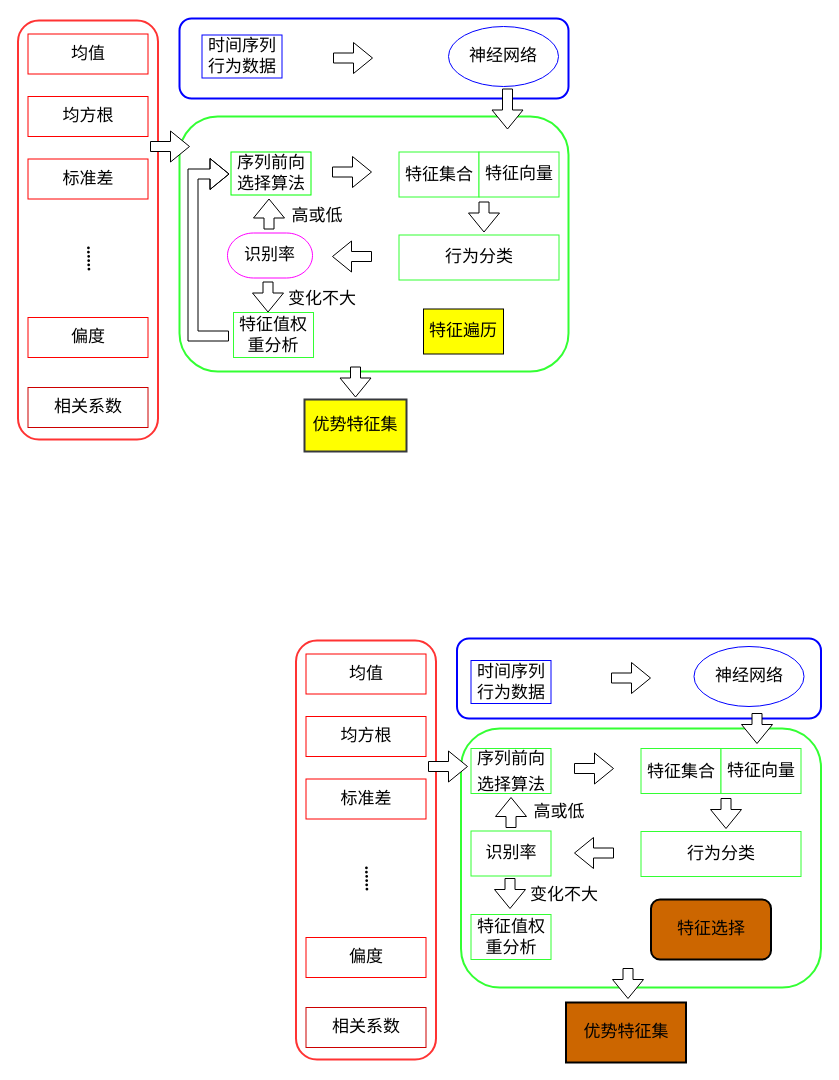
The draw.io diagram 特征选择示意图.drawio in ByronGe/ff, before the edit. Source tidied: cells renumbered, new cells numbered last; positions are measured from the earlier drawing's top-left corner, leaving out a move shared by most shapes. Both pictures are drawn from the tidied source at 100%, with x=0, y=0 at pixel (17, 18).
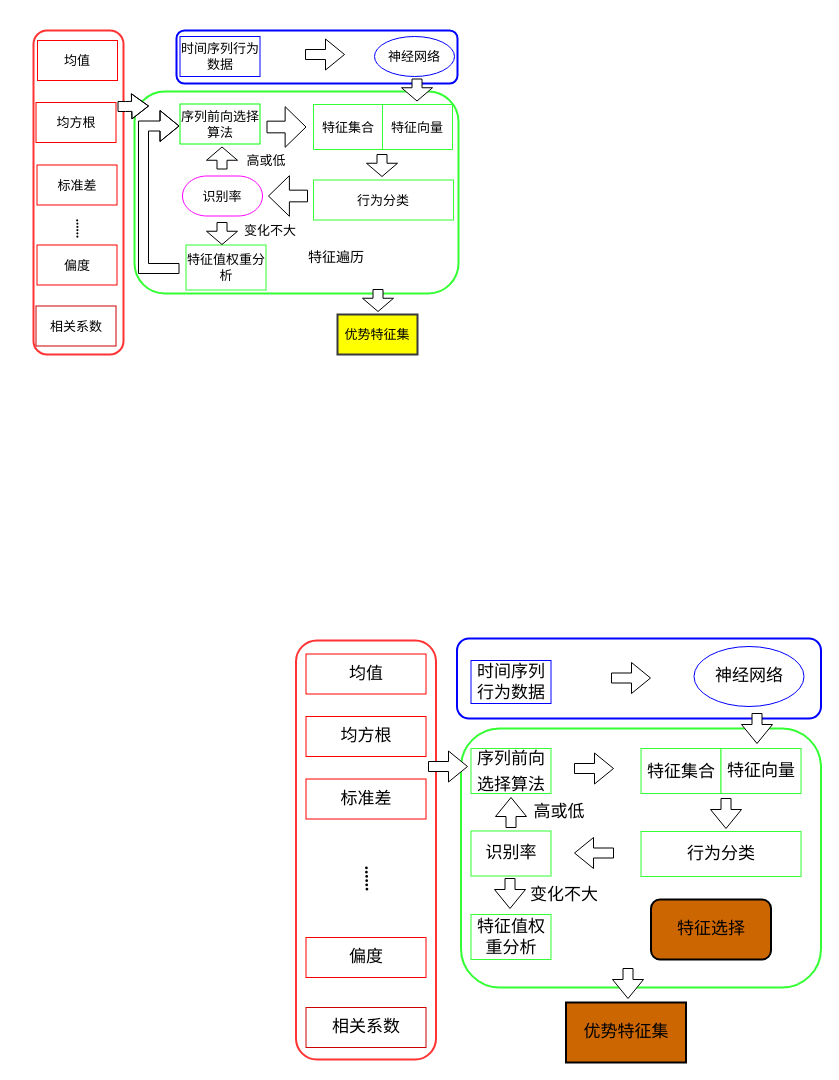
The same page after the edit.

Commit message:
Update 特征选择示意图.drawio

What changed in the source:
```diff
@@
-    <mxCell id="2" style="rounded=1;whiteSpace=wrap;html=1;shadow=0;glass=0;comic=0;labelBackgroundColor=none;strokeColor=#33FF33;strokeWidth=2;fillColor=none;fontFamily=Times New Roman;fontSize=17;" parent="1" vertex="1">
-      <mxGeometry x="162" y="98" width="389" height="255" as="geometry" />
+    <mxCell id="2" style="rounded=1;whiteSpace=wrap;html=1;shadow=0;glass=0;comic=0;labelBackgroundColor=none;strokeColor=#33FF33;strokeWidth=2;fillColor=none;fontFamily=Times New Roman;fontSize=13;" parent="1" vertex="1">
+      <mxGeometry x="117" y="73" width="324" height="202" as="geometry" />
     </mxCell>
-    <mxCell id="3" style="rounded=1;whiteSpace=wrap;html=1;shadow=0;glass=0;comic=0;labelBackgroundColor=none;strokeColor=#0000FF;strokeWidth=2;fillColor=none;fontFamily=Times New Roman;fontSize=17;" parent="1" vertex="1">
-      <mxGeometry x="162" width="389" height="80" as="geometry" />
+    <mxCell id="3" style="rounded=1;whiteSpace=wrap;html=1;shadow=0;glass=0;comic=0;labelBackgroundColor=none;strokeColor=#0000FF;strokeWidth=2;fillColor=none;fontFamily=Times New Roman;fontSize=13;" parent="1" vertex="1">
+      <mxGeometry x="159" y="12" width="281" height="53" as="geometry" />
     </mxCell>
-    <mxCell id="4" style="rounded=1;whiteSpace=wrap;html=1;shadow=0;glass=0;comic=0;labelBackgroundColor=none;fillColor=none;fontFamily=Times New Roman;fontSize=17;strokeColor=#FF3333;fontColor=#ffffff;strokeWidth=2;" parent="1" vertex="1">
-      <mxGeometry x="0.5" y="2" width="140" height="419" as="geometry" />
+    <mxCell id="4" style="rounded=1;whiteSpace=wrap;html=1;shadow=0;glass=0;comic=0;labelBackgroundColor=none;fillColor=none;fontFamily=Times New Roman;fontSize=13;strokeColor=#FF3333;fontColor=#ffffff;strokeWidth=2;" parent="1" vertex="1">
+      <mxGeometry x="16" y="12" width="90" height="324" as="geometry" />
     </mxCell>
-    <mxCell id="5" style="shape=flexArrow;endArrow=classic;html=1;fontSize=17;fontFamily=Times New Roman;fillColor=#ffffff;" parent="1" edge="1">
-      <mxGeometry relative="1" as="geometry">
-        <mxPoint x="466.5" y="183" as="sourcePoint" />
-        <mxPoint x="466.5" y="214" as="targetPoint" />
-      </mxGeometry>
-    </mxCell>
-    <mxCell id="6" value="均值" style="rounded=0;whiteSpace=wrap;html=1;fontSize=17;fontFamily=Times New Roman;strokeColor=#FF0000;strokeWidth=1;" parent="1" vertex="1">
-      <mxGeometry x="10.5" y="15.5" width="120" height="40" as="geometry" />
+    <mxCell id="6" value="均值" style="rounded=0;whiteSpace=wrap;html=1;fontSize=13;fontFamily=Times New Roman;strokeColor=#FF0000;strokeWidth=1;" parent="1" vertex="1">
+      <mxGeometry x="20" y="22" width="80" height="40" as="geometry" />
     </mxCell>
-    <mxCell id="7" value="均方根" style="rounded=0;whiteSpace=wrap;html=1;fontSize=17;fontFamily=Times New Roman;strokeColor=#FF0000;" parent="1" vertex="1">
-      <mxGeometry x="10.5" y="78" width="120" height="40" as="geometry" />
+    <mxCell id="7" value="均方根" style="rounded=0;whiteSpace=wrap;html=1;fontSize=13;fontFamily=Times New Roman;strokeColor=#FF0000;" parent="1" vertex="1">
+      <mxGeometry x="18.5" y="84" width="80" height="40" as="geometry" />
     </mxCell>
-    <mxCell id="8" value="标准差" style="rounded=0;whiteSpace=wrap;html=1;fontSize=17;fontFamily=Times New Roman;strokeColor=#FF0000;" parent="1" vertex="1">
-      <mxGeometry x="10.5" y="140.5" width="120" height="40" as="geometry" />
+    <mxCell id="8" value="标准差" style="rounded=0;whiteSpace=wrap;html=1;fontSize=13;fontFamily=Times New Roman;strokeColor=#FF0000;" parent="1" vertex="1">
+      <mxGeometry x="19.5" y="146.5" width="80" height="40" as="geometry" />
     </mxCell>
-    <mxCell id="9" value="相关系数" style="rounded=0;whiteSpace=wrap;html=1;fontSize=17;fontFamily=Times New Roman;strokeColor=#CC0000;" parent="1" vertex="1">
-      <mxGeometry x="10.5" y="369" width="120" height="40" as="geometry" />
+    <mxCell id="9" value="相关系数" style="rounded=0;whiteSpace=wrap;html=1;fontSize=13;fontFamily=Times New Roman;strokeColor=#CC0000;" parent="1" vertex="1">
+      <mxGeometry x="18.5" y="287.5" width="80" height="40" as="geometry" />
     </mxCell>
-    <mxCell id="10" value="偏度" style="rounded=0;whiteSpace=wrap;html=1;fontSize=17;fontFamily=Times New Roman;strokeColor=#FF0000;" parent="1" vertex="1">
-      <mxGeometry x="10.5" y="299" width="120" height="40" as="geometry" />
+    <mxCell id="10" value="偏度" style="rounded=0;whiteSpace=wrap;html=1;fontSize=13;fontFamily=Times New Roman;strokeColor=#FF0000;" parent="1" vertex="1">
+      <mxGeometry x="19.5" y="226.5" width="80" height="40" as="geometry" />
     </mxCell>
-    <mxCell id="11" style="shape=flexArrow;endArrow=classic;html=1;fontSize=17;fontFamily=Times New Roman;fillColor=#ffffff;" parent="1" edge="1">
+    <mxCell id="11" style="shape=flexArrow;endArrow=classic;html=1;fontSize=13;fontFamily=Times New Roman;fillColor=#ffffff;width=10;endSize=5.275;endWidth=14.166666666666668;" parent="1" edge="1">
       <mxGeometry relative="1" as="geometry">
-        <mxPoint x="132.5" y="128" as="sourcePoint" />
-        <mxPoint x="172.5" y="128" as="targetPoint" />
+        <mxPoint x="100" y="88" as="sourcePoint" />
+        <mxPoint x="131.5" y="87.5" as="targetPoint" />
+        <Array as="points">
+          <mxPoint x="108" y="88" />
+        </Array>
       </mxGeometry>
     </mxCell>
-    <mxCell id="12" style="shape=flexArrow;endArrow=classic;html=1;fontSize=17;fontFamily=Times New Roman;fillColor=#ffffff;" parent="1" edge="1">
-      <mxGeometry relative="1" as="geometry">
-        <mxPoint x="314.5" y="153.5" as="sourcePoint" />
-        <mxPoint x="354.5" y="153.5" as="targetPoint" />
-      </mxGeometry>
-    </mxCell>
-    <mxCell id="13" value="&lt;span style=&quot;font-size: 17px; line-height: 150%;&quot;&gt;特征集合&lt;/span&gt;" style="rounded=0;whiteSpace=wrap;html=1;fontSize=17;fontFamily=Times New Roman;strokeColor=#33FF33;" parent="1" vertex="1">
-      <mxGeometry x="381.5" y="133.5" width="80" height="45" as="geometry" />
+    <mxCell id="13" value="&lt;span style=&quot;font-size: 13px; line-height: 150%;&quot;&gt;特征集合&lt;/span&gt;" style="rounded=0;whiteSpace=wrap;html=1;fontSize=13;fontFamily=Times New Roman;strokeColor=#33FF33;" parent="1" vertex="1">
+      <mxGeometry x="296" y="86" width="70" height="45" as="geometry" />
     </mxCell>
-    <mxCell id="14" value="时间序列行为数据" style="rounded=0;whiteSpace=wrap;html=1;fontSize=17;fontFamily=Times New Roman;strokeColor=#0000FF;" parent="1" vertex="1">
-      <mxGeometry x="184.5" y="16.5" width="80" height="43" as="geometry" />
+    <mxCell id="14" value="时间序列行为数据" style="rounded=0;whiteSpace=wrap;html=1;fontSize=13;fontFamily=Times New Roman;strokeColor=#0000FF;" parent="1" vertex="1">
+      <mxGeometry x="162.5" y="18" width="80" height="40" as="geometry" />
     </mxCell>
-    <mxCell id="15" value="特征向量" style="rounded=0;whiteSpace=wrap;html=1;fontSize=17;fontFamily=Times New Roman;strokeColor=#33FF33;" parent="1" vertex="1">
-      <mxGeometry x="461.5" y="133.5" width="80" height="45" as="geometry" />
+    <mxCell id="15" value="特征向量" style="rounded=0;whiteSpace=wrap;html=1;fontSize=13;fontFamily=Times New Roman;strokeColor=#33FF33;" parent="1" vertex="1">
+      <mxGeometry x="365" y="86" width="70" height="45" as="geometry" />
     </mxCell>
-    <mxCell id="16" value="行为分类" style="rounded=0;whiteSpace=wrap;html=1;fontSize=17;fontFamily=Times New Roman;strokeColor=#33FF33;" parent="1" vertex="1">
-      <mxGeometry x="381.5" y="216.5" width="160" height="45" as="geometry" />
+    <mxCell id="16" value="行为分类" style="rounded=0;whiteSpace=wrap;html=1;fontSize=13;fontFamily=Times New Roman;strokeColor=#33FF33;" parent="1" vertex="1">
+      <mxGeometry x="296" y="161.5" width="140" height="40" as="geometry" />
     </mxCell>
-    <mxCell id="17" style="edgeStyle=orthogonalEdgeStyle;shape=flexArrow;rounded=0;orthogonalLoop=1;jettySize=auto;html=1;" parent="1" edge="1">
+    <mxCell id="17" style="edgeStyle=orthogonalEdgeStyle;shape=flexArrow;rounded=0;orthogonalLoop=1;jettySize=auto;html=1;fontSize=13;" parent="1" edge="1">
       <mxGeometry relative="1" as="geometry">
-        <mxPoint x="211.5" y="317.5" as="sourcePoint" />
-        <mxPoint x="212" y="155.5" as="targetPoint" />
+        <mxPoint x="162" y="250" as="sourcePoint" />
+        <mxPoint x="162" y="107.5" as="targetPoint" />
         <Array as="points">
-          <mxPoint x="211.5" y="317.5" />
-          <mxPoint x="175.5" y="317.5" />
-          <mxPoint x="175.5" y="155.5" />
+          <mxPoint x="162" y="250" />
+          <mxPoint x="126" y="250" />
+          <mxPoint x="126" y="108" />
         </Array>
       </mxGeometry>
     </mxCell>
-    <mxCell id="18" style="shape=flexArrow;endArrow=classic;html=1;fontSize=17;fontFamily=Times New Roman;fillColor=#ffffff;" parent="1" edge="1">
-      <mxGeometry relative="1" as="geometry">
-        <mxPoint x="251.5" y="211" as="sourcePoint" />
-        <mxPoint x="251.5" y="180" as="targetPoint" />
-      </mxGeometry>
-    </mxCell>
-    <mxCell id="19" style="shape=flexArrow;endArrow=classic;html=1;fontSize=17;fontFamily=Times New Roman;fillColor=#ffffff;" parent="1" edge="1">
-      <mxGeometry relative="1" as="geometry">
-        <mxPoint x="250.5" y="263" as="sourcePoint" />
-        <mxPoint x="250.5" y="294" as="targetPoint" />
-      </mxGeometry>
-    </mxCell>
-    <mxCell id="20" value="特征值权重分析" style="rounded=0;whiteSpace=wrap;html=1;fontSize=17;fontFamily=Times New Roman;strokeColor=#33FF33;" parent="1" vertex="1">
-      <mxGeometry x="216" y="294" width="80" height="45" as="geometry" />
+    <mxCell id="20" value="特征值权重分析" style="rounded=0;whiteSpace=wrap;html=1;fontSize=13;fontFamily=Times New Roman;strokeColor=#33FF33;" parent="1" vertex="1">
+      <mxGeometry x="168.5" y="226.5" width="80" height="45" as="geometry" />
     </mxCell>
-    <mxCell id="21" style="shape=flexArrow;endArrow=classic;html=1;fontSize=17;fontFamily=Times New Roman;fillColor=#ffffff;" parent="1" edge="1">
-      <mxGeometry relative="1" as="geometry">
-        <mxPoint x="490" y="70" as="sourcePoint" />
-        <mxPoint x="490" y="111" as="targetPoint" />
-      </mxGeometry>
-    </mxCell>
-    <mxCell id="22" style="shape=flexArrow;endArrow=classic;html=1;fontSize=17;fontFamily=Times New Roman;fillColor=#ffffff;" parent="1" edge="1">
+    <mxCell id="22" style="shape=flexArrow;endArrow=classic;html=1;fontSize=13;fontFamily=Times New Roman;fillColor=#ffffff;" parent="1" edge="1">
       <mxGeometry relative="1" as="geometry">
-        <mxPoint x="315.5" y="39.5" as="sourcePoint" />
-        <mxPoint x="355.5" y="39.5" as="targetPoint" />
+        <mxPoint x="287.5" y="36" as="sourcePoint" />
+        <mxPoint x="327.5" y="36" as="targetPoint" />
       </mxGeometry>
     </mxCell>
-    <mxCell id="23" value="神经网络" style="ellipse;whiteSpace=wrap;html=1;rounded=0;shadow=0;glass=0;comic=0;labelBackgroundColor=none;fillColor=#ffffff;fontFamily=Times New Roman;fontSize=17;strokeColor=#0000FF;" parent="1" vertex="1">
-      <mxGeometry x="431" y="8" width="110" height="60" as="geometry" />
+    <mxCell id="23" value="神经网络" style="ellipse;whiteSpace=wrap;html=1;rounded=0;shadow=0;glass=0;comic=0;labelBackgroundColor=none;fillColor=#ffffff;fontFamily=Times New Roman;fontSize=13;strokeColor=#0000FF;" parent="1" vertex="1">
+      <mxGeometry x="357" y="18" width="80" height="40" as="geometry" />
     </mxCell>
-    <mxCell id="24" style="shape=flexArrow;endArrow=classic;html=1;fontSize=17;fontFamily=Times New Roman;fillColor=#ffffff;" parent="1" edge="1">
-      <mxGeometry relative="1" as="geometry">
-        <mxPoint x="354.5" y="238" as="sourcePoint" />
-        <mxPoint x="314.5" y="238" as="targetPoint" />
-      </mxGeometry>
-    </mxCell>
-    <mxCell id="25" value="高或低" style="text;html=1;strokeColor=none;fillColor=none;align=center;verticalAlign=middle;whiteSpace=wrap;rounded=0;shadow=0;glass=0;comic=0;labelBackgroundColor=none;fontFamily=Times New Roman;fontSize=17;" parent="1" vertex="1">
-      <mxGeometry x="264.5" y="187.5" width="70" height="20" as="geometry" />
+    <mxCell id="25" value="高或低" style="text;html=1;strokeColor=none;fillColor=none;align=center;verticalAlign=middle;whiteSpace=wrap;rounded=0;shadow=0;glass=0;comic=0;labelBackgroundColor=none;fontFamily=Times New Roman;fontSize=13;" parent="1" vertex="1">
+      <mxGeometry x="213.5" y="131.5" width="70" height="20" as="geometry" />
     </mxCell>
-    <mxCell id="26" value="变化不大" style="text;html=1;strokeColor=none;fillColor=none;align=center;verticalAlign=middle;whiteSpace=wrap;rounded=0;shadow=0;glass=0;comic=0;labelBackgroundColor=none;fontFamily=Times New Roman;fontSize=17;" parent="1" vertex="1">
-      <mxGeometry x="264.5" y="270.5" width="80" height="20" as="geometry" />
+    <mxCell id="26" value="变化不大" style="text;html=1;strokeColor=none;fillColor=none;align=center;verticalAlign=middle;whiteSpace=wrap;rounded=0;shadow=0;glass=0;comic=0;labelBackgroundColor=none;fontFamily=Times New Roman;fontSize=13;" parent="1" vertex="1">
+      <mxGeometry x="213" y="202" width="80" height="20" as="geometry" />
     </mxCell>
-    <mxCell id="27" value="&lt;font style=&quot;font-size: 17px;&quot;&gt;&lt;b style=&quot;font-size: 17px;&quot;&gt;......&lt;/b&gt;&lt;br style=&quot;font-size: 17px;&quot;&gt;&lt;/font&gt;" style="text;html=1;strokeColor=none;fillColor=none;align=center;verticalAlign=middle;whiteSpace=wrap;rounded=0;shadow=0;glass=0;comic=0;labelBackgroundColor=none;fontFamily=Times New Roman;fontSize=17;direction=south;rotation=89;" parent="1" vertex="1">
-      <mxGeometry x="40.5" y="234.5" width="70" height="11" as="geometry" />
+    <mxCell id="27" value="&lt;font style=&quot;font-size: 13px;&quot;&gt;&lt;b style=&quot;font-size: 13px;&quot;&gt;......&lt;/b&gt;&lt;br style=&quot;font-size: 13px;&quot;&gt;&lt;/font&gt;" style="text;html=1;strokeColor=none;fillColor=none;align=center;verticalAlign=middle;whiteSpace=wrap;rounded=0;shadow=0;glass=0;comic=0;labelBackgroundColor=none;fontFamily=Times New Roman;fontSize=13;direction=south;rotation=89;" parent="1" vertex="1">
+      <mxGeometry x="45" y="197.5" width="40" height="26" as="geometry" />
     </mxCell>
@@
-    <mxCell id="58" value="&lt;font style=&quot;font-size: 17px;&quot;&gt;识别率&lt;/font&gt;" style="strokeWidth=1;html=1;shape=mxgraph.flowchart.terminator;whiteSpace=wrap;rounded=1;fillColor=none;strokeColor=#FF00FF;fontSize=17;" parent="1" vertex="1">
-      <mxGeometry x="210" y="214.5" width="85" height="45" as="geometry" />
+    <mxCell id="58" value="&lt;font style=&quot;font-size: 13px;&quot;&gt;识别率&lt;/font&gt;" style="strokeWidth=1;html=1;shape=mxgraph.flowchart.terminator;whiteSpace=wrap;rounded=1;fillColor=none;strokeColor=#FF00FF;fontSize=13;" parent="1" vertex="1">
+      <mxGeometry x="165" y="157.5" width="80" height="40" as="geometry" />
     </mxCell>
-    <mxCell id="59" value="序列前向选择算法" style="rounded=0;whiteSpace=wrap;html=1;fontSize=17;fontFamily=Times New Roman;strokeColor=#00FF00;" parent="1" vertex="1">
-      <mxGeometry x="213.5" y="133.5" width="80" height="43" as="geometry" />
+    <mxCell id="59" value="序列前向选择算法" style="rounded=0;whiteSpace=wrap;html=1;fontSize=13;fontFamily=Times New Roman;strokeColor=#00FF00;" parent="1" vertex="1">
+      <mxGeometry x="162.5" y="85.5" width="80" height="40" as="geometry" />
     </mxCell>
-    <mxCell id="60" value="优势特征集" style="rounded=0;whiteSpace=wrap;html=1;fillColor=#FFFF00;fontSize=17;fontFamily=Times New Roman;strokeColor=#36393d;strokeWidth=2;" parent="1" vertex="1">
-      <mxGeometry x="287" y="381" width="102" height="52" as="geometry" />
+    <mxCell id="60" value="优势特征集" style="rounded=0;whiteSpace=wrap;html=1;fillColor=#FFFF00;fontSize=13;fontFamily=Times New Roman;strokeColor=#36393d;strokeWidth=2;" parent="1" vertex="1">
+      <mxGeometry x="320" y="296" width="80" height="40" as="geometry" />
     </mxCell>
-    <mxCell id="61" style="shape=flexArrow;endArrow=classic;html=1;fontSize=17;fontFamily=Times New Roman;fillColor=#ffffff;" parent="1" edge="1">
-      <mxGeometry relative="1" as="geometry">
-        <mxPoint x="338" y="348" as="sourcePoint" />
-        <mxPoint x="338" y="379" as="targetPoint" />
-      </mxGeometry>
-    </mxCell>
-    <mxCell id="62" value="特征遍历" style="rounded=0;whiteSpace=wrap;html=1;fontSize=17;fontFamily=Times New Roman;strokeColor=#000000;fillColor=#FFFF00;" parent="1" vertex="1">
-      <mxGeometry x="406" y="290.5" width="80" height="45" as="geometry" />
+    <mxCell id="62" value="&lt;font style=&quot;font-size: 14px&quot;&gt;特征遍历&lt;/font&gt;" style="text;html=1;strokeColor=none;fillColor=none;align=center;verticalAlign=middle;whiteSpace=wrap;rounded=0;fontSize=13;" parent="1" vertex="1">
+      <mxGeometry x="283.5" y="229" width="70" height="20" as="geometry" />
     </mxCell>
+    <mxCell id="63" style="shape=flexArrow;endArrow=classic;html=1;fontSize=13;fontFamily=Times New Roman;fillColor=#ffffff;width=10;endSize=4.083333333333334;" parent="1" edge="1">
+      <mxGeometry relative="1" as="geometry">
+        <mxPoint x="399.5" y="60" as="sourcePoint" />
+        <mxPoint x="399.5" y="83" as="targetPoint" />
+      </mxGeometry>
+    </mxCell>
+    <mxCell id="64" style="shape=flexArrow;endArrow=classic;html=1;fontSize=13;fontFamily=Times New Roman;fillColor=#ffffff;width=10;endSize=4.083333333333334;" parent="1" edge="1">
+      <mxGeometry relative="1" as="geometry">
+        <mxPoint x="204.5" y="203.5" as="sourcePoint" />
+        <mxPoint x="204.5" y="226.5" as="targetPoint" />
+      </mxGeometry>
+    </mxCell>
+    <mxCell id="65" style="shape=flexArrow;endArrow=classic;html=1;fontSize=13;fontFamily=Times New Roman;fillColor=#ffffff;width=10;endSize=4.083333333333334;" parent="1" edge="1">
+      <mxGeometry relative="1" as="geometry">
+        <mxPoint x="204.5" y="151" as="sourcePoint" />
+        <mxPoint x="204.5" y="128" as="targetPoint" />
+      </mxGeometry>
+    </mxCell>
+    <mxCell id="66" style="shape=flexArrow;endArrow=classic;html=1;fontSize=13;fontFamily=Times New Roman;fillColor=#ffffff;width=10;endSize=4.083333333333334;" parent="1" edge="1">
+      <mxGeometry relative="1" as="geometry">
+        <mxPoint x="364.5" y="135.5" as="sourcePoint" />
+        <mxPoint x="364.5" y="158.5" as="targetPoint" />
+      </mxGeometry>
+    </mxCell>
+    <mxCell id="67" style="shape=flexArrow;endArrow=classic;html=1;fontSize=13;fontFamily=Times New Roman;fillColor=#ffffff;width=10;endSize=4.083333333333334;" parent="1" edge="1">
+      <mxGeometry relative="1" as="geometry">
+        <mxPoint x="360.5" y="270.5" as="sourcePoint" />
+        <mxPoint x="360.5" y="293.5" as="targetPoint" />
+      </mxGeometry>
+    </mxCell>
+    <mxCell id="68" style="shape=flexArrow;endArrow=classic;html=1;fontSize=13;fontFamily=Times New Roman;fillColor=#ffffff;width=11.666666666666668;endSize=6.625;endWidth=27.916666666666668;" parent="1" edge="1">
+      <mxGeometry relative="1" as="geometry">
+        <mxPoint x="290.5" y="177.5" as="sourcePoint" />
+        <mxPoint x="250.5" y="177.5" as="targetPoint" />
+      </mxGeometry>
+    </mxCell>
+    <mxCell id="69" style="shape=flexArrow;endArrow=classic;html=1;fontSize=13;fontFamily=Times New Roman;fillColor=#ffffff;width=11.666666666666668;endSize=6.625;endWidth=27.916666666666668;" parent="1" edge="1">
+      <mxGeometry relative="1" as="geometry">
+        <mxPoint x="249" y="108.5" as="sourcePoint" />
+        <mxPoint x="289" y="108.5" as="targetPoint" />
+      </mxGeometry>
+    </mxCell>
```
